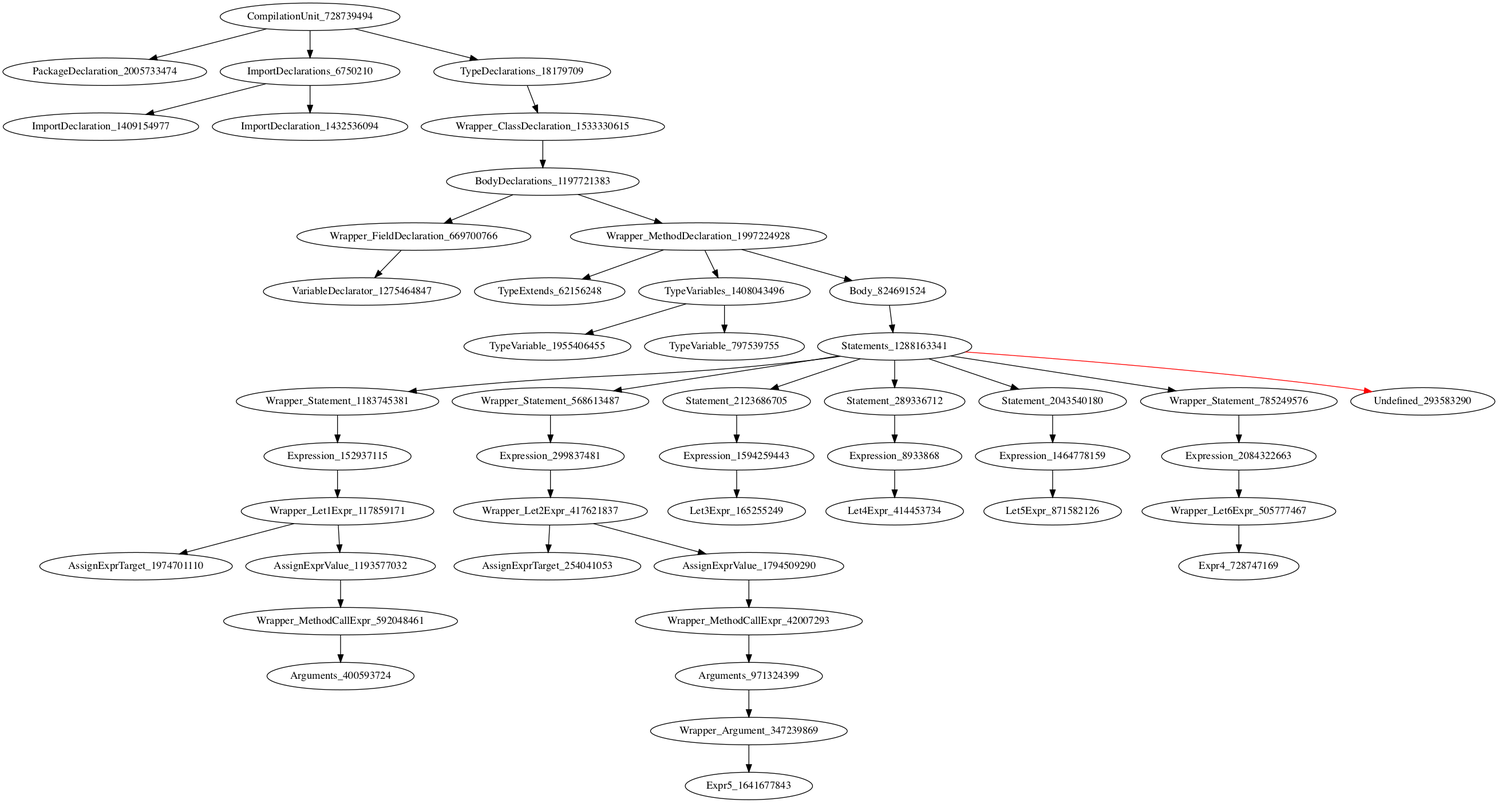
The Graphviz diagram holeAST.png in icse2023material/VoiceJava, before a commit. Its source is kept beside it as holeAST.dot.
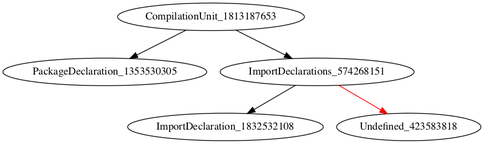
The same diagram one commit later.

Change to the diagram source:
```diff
@@ -1,48 +1,6 @@
 digraph {
-CompilationUnit_728739494 -> PackageDeclaration_2005733474
-CompilationUnit_728739494 -> ImportDeclarations_6750210
-CompilationUnit_728739494 -> TypeDeclarations_18179709
-ImportDeclarations_6750210 -> ImportDeclaration_1409154977
-ImportDeclarations_6750210 -> ImportDeclaration_1432536094
-TypeDeclarations_18179709 -> Wrapper_ClassDeclaration_1533330615
-Wrapper_ClassDeclaration_1533330615 -> BodyDeclarations_1197721383
-BodyDeclarations_1197721383 -> Wrapper_FieldDeclaration_669700766
-BodyDeclarations_1197721383 -> Wrapper_MethodDeclaration_1997224928
-Wrapper_FieldDeclaration_669700766 -> VariableDeclarator_1275464847
-Wrapper_MethodDeclaration_1997224928 -> TypeExtends_62156248
-Wrapper_MethodDeclaration_1997224928 -> TypeVariables_1408043496
-Wrapper_MethodDeclaration_1997224928 -> Body_824691524
-TypeVariables_1408043496 -> TypeVariable_1955406455
-TypeVariables_1408043496 -> TypeVariable_797539755
-Body_824691524 -> Statements_1288163341
-Statements_1288163341 -> Wrapper_Statement_1183745381
-Statements_1288163341 -> Wrapper_Statement_568613487
-Statements_1288163341 -> Statement_2123686705
-Statements_1288163341 -> Statement_289336712
-Statements_1288163341 -> Statement_2043540180
-Statements_1288163341 -> Wrapper_Statement_785249576
-Statements_1288163341 -> Undefined_293583290 [color = red]
-Wrapper_Statement_1183745381 -> Expression_152937115
-Wrapper_Statement_568613487 -> Expression_299837481
-Statement_2123686705 -> Expression_1594259443
-Statement_289336712 -> Expression_8933868
-Statement_2043540180 -> Expression_1464778159
-Wrapper_Statement_785249576 -> Expression_2084322663
-Expression_152937115 -> Wrapper_Let1Expr_117859171
-Expression_299837481 -> Wrapper_Let2Expr_417621837
-Expression_1594259443 -> Let3Expr_165255249
-Expression_8933868 -> Let4Expr_414453734
-Expression_1464778159 -> Let5Expr_871582126
-Expression_2084322663 -> Wrapper_Let6Expr_505777467
-Wrapper_Let1Expr_117859171 -> AssignExprTarget_1974701110
-Wrapper_Let1Expr_117859171 -> AssignExprValue_1193577032
-Wrapper_Let2Expr_417621837 -> AssignExprTarget_254041053
-Wrapper_Let2Expr_417621837 -> AssignExprValue_1794509290
-Wrapper_Let6Expr_505777467 -> Expr4_728747169
-AssignExprValue_1193577032 -> Wrapper_MethodCallExpr_592048461
-AssignExprValue_1794509290 -> Wrapper_MethodCallExpr_42007293
-Wrapper_MethodCallExpr_592048461 -> Arguments_400593724
-Wrapper_MethodCallExpr_42007293 -> Arguments_971324399
-Arguments_971324399 -> Wrapper_Argument_347239869
-Wrapper_Argument_347239869 -> Expr5_1641677843
+CompilationUnit_1813187653 -> PackageDeclaration_1353530305
+CompilationUnit_1813187653 -> ImportDeclarations_574268151
+ImportDeclarations_574268151 -> ImportDeclaration_1832532108
+ImportDeclarations_574268151 -> Undefined_423583818 [color = red]
 }
```
